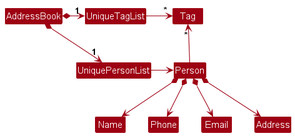
The PlantUML diagram docs/images/BetterModelClassDiagram.png in nus-cs2103-AY2425S1/tp, before a commit.
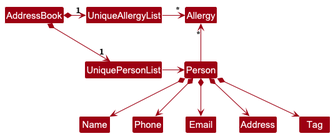
Later version of the same file.

The edit, as a diff of the source:
```diff
@@ -5,17 +5,18 @@
 skinparam classBackgroundColor MODEL_COLOR
 
 AddressBook *-right-> "1" UniquePersonList
-AddressBook *-right-> "1" UniqueTagList
-UniqueTagList -[hidden]down- UniquePersonList
-UniqueTagList -[hidden]down- UniquePersonList
+AddressBook *-right-> "1" UniqueAllergyList
+UniqueAllergyList -[hidden]down- UniquePersonList
+UniqueAllergyList -[hidden]down- UniquePersonList
 
-UniqueTagList -right-> "*" Tag
+UniqueAllergyList -right-> "*" Allergy
 UniquePersonList -right-> Person
 
-Person -up-> "*" Tag
+Person -up-> "*" Allergy
 
 Person *--> Name
 Person *--> Phone
 Person *--> Email
 Person *--> Address
+Person *--> Tag
 @enduml
```
